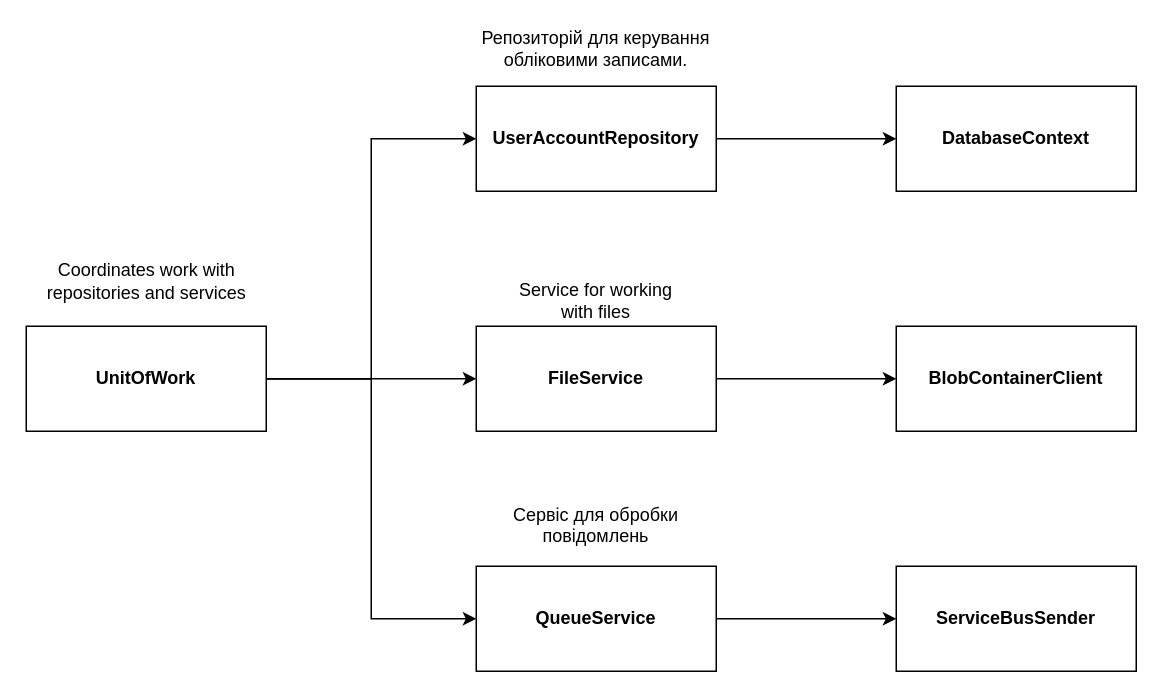
Onyshko/RegistrationApi keeps this draw.io diagram as page "UnitOfWork" (5 of 5) of Diagram.drawio. Above is the earlier version. Source tidied: cells renumbered, new cells numbered last; positions are measured from the earlier drawing's top-left corner, leaving out a move shared by most shapes. Both pictures are drawn from the tidied source at 150%, with x=0, y=0 at pixel (26, 26).
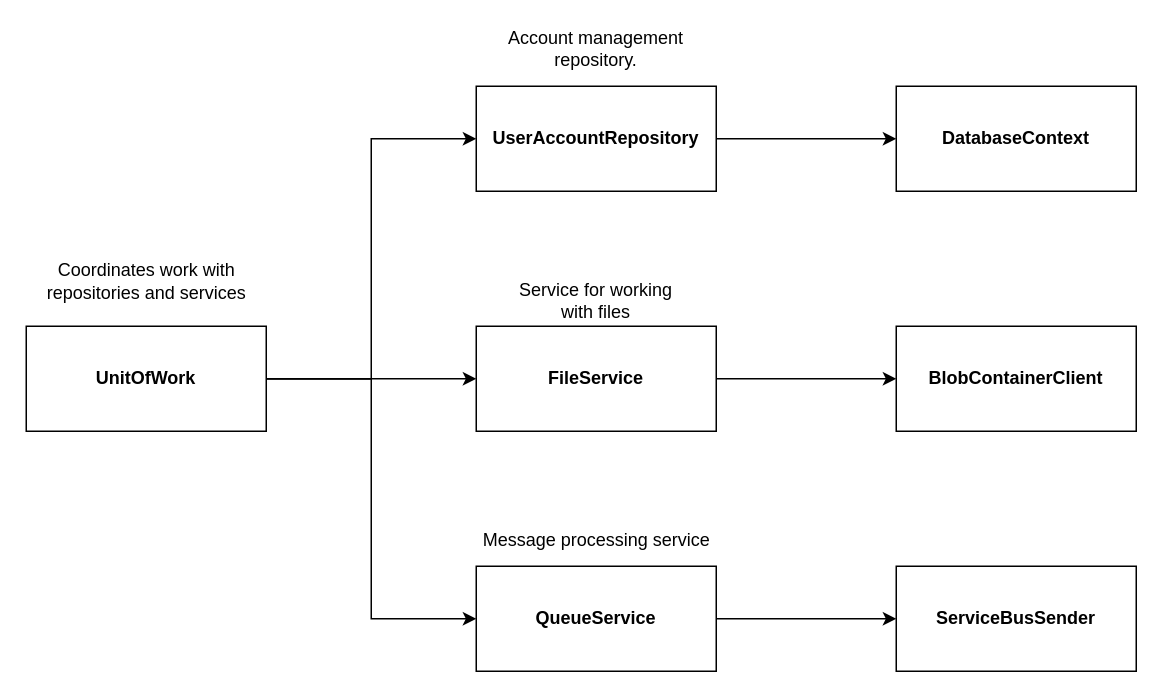
The same page after the edit.

Commit message:
Updated UnitOfWork diagram

Diff of the diagram source:
```diff
@@
 <mxGraphModel>
   <root>
     <mxCell id="0" />
     <mxCell id="1" parent="0" />
     <mxCell id="2" style="edgeStyle=orthogonalEdgeStyle;rounded=0;jettySize=auto;html=1;exitX=1;exitY=0.5;exitDx=0;exitDy=0;entryX=0;entryY=0.5;entryDx=0;entryDy=0;" parent="1" edge="1" source="5" target="7">
       <mxGeometry relative="1" as="geometry" />
     </mxCell>
     <mxCell id="3" style="edgeStyle=orthogonalEdgeStyle;rounded=0;jettySize=auto;html=1;exitX=1;exitY=0.5;exitDx=0;exitDy=0;" parent="1" edge="1" source="5" target="14">
       <mxGeometry relative="1" as="geometry" />
     </mxCell>
     <mxCell id="4" style="edgeStyle=orthogonalEdgeStyle;rounded=0;jettySize=auto;html=1;exitX=1;exitY=0.5;exitDx=0;exitDy=0;entryX=0;entryY=0.5;entryDx=0;entryDy=0;" parent="1" edge="1" source="5" target="10">
       <mxGeometry relative="1" as="geometry" />
     </mxCell>
     <mxCell id="5" value="&lt;b&gt;UnitOfWork&lt;/b&gt;" style="rounded=0;whiteSpace=wrap;html=1;" parent="1" vertex="1">
       <mxGeometry y="200" width="160" height="70" as="geometry" />
     </mxCell>
     <mxCell id="6" style="edgeStyle=orthogonalEdgeStyle;rounded=0;jettySize=auto;html=1;exitX=1;exitY=0.5;exitDx=0;exitDy=0;entryX=0;entryY=0.5;entryDx=0;entryDy=0;" parent="1" edge="1" source="7" target="12">
       <mxGeometry relative="1" as="geometry" />
     </mxCell>
     <mxCell id="7" value="&lt;b&gt;UserAccountRepository&lt;/b&gt;" style="rounded=0;whiteSpace=wrap;html=1;" parent="1" vertex="1">
       <mxGeometry x="300" y="40" width="160" height="70" as="geometry" />
     </mxCell>
     <mxCell id="8" value="&lt;b&gt;ServiceBusSender&lt;/b&gt;" style="rounded=0;whiteSpace=wrap;html=1;" parent="1" vertex="1">
       <mxGeometry x="580" y="360" width="160" height="70" as="geometry" />
     </mxCell>
     <mxCell id="9" style="edgeStyle=orthogonalEdgeStyle;rounded=0;jettySize=auto;html=1;exitX=1;exitY=0.5;exitDx=0;exitDy=0;entryX=0;entryY=0.5;entryDx=0;entryDy=0;" parent="1" edge="1" source="10" target="8">
       <mxGeometry relative="1" as="geometry" />
     </mxCell>
     <mxCell id="10" value="&lt;b&gt;QueueService&lt;/b&gt;" style="rounded=0;whiteSpace=wrap;html=1;" parent="1" vertex="1">
       <mxGeometry x="300" y="360" width="160" height="70" as="geometry" />
     </mxCell>
     <mxCell id="11" value="&lt;b&gt;BlobContainerClient&lt;/b&gt;" style="rounded=0;whiteSpace=wrap;html=1;" parent="1" vertex="1">
       <mxGeometry x="580" y="200" width="160" height="70" as="geometry" />
     </mxCell>
     <mxCell id="12" value="&lt;b&gt;DatabaseContext&lt;/b&gt;" style="rounded=0;whiteSpace=wrap;html=1;" parent="1" vertex="1">
       <mxGeometry x="580" y="40" width="160" height="70" as="geometry" />
     </mxCell>
     <mxCell id="13" style="edgeStyle=orthogonalEdgeStyle;rounded=0;jettySize=auto;html=1;exitX=1;exitY=0.5;exitDx=0;exitDy=0;entryX=0;entryY=0.5;entryDx=0;entryDy=0;" parent="1" edge="1" source="14" target="11">
       <mxGeometry relative="1" as="geometry" />
     </mxCell>
     <mxCell id="14" value="&lt;b&gt;FileService&lt;/b&gt;" style="rounded=0;whiteSpace=wrap;html=1;" parent="1" vertex="1">
       <mxGeometry x="300" y="200" width="160" height="70" as="geometry" />
     </mxCell>
     <mxCell id="15" value="Coordinates work with repositories and services" style="text;html=1;align=center;verticalAlign=middle;whiteSpace=wrap;rounded=0;" parent="1" vertex="1">
       <mxGeometry x="12.5" y="140" width="135" height="60" as="geometry" />
     </mxCell>
-    <mxCell id="16" value="Репозиторій для керування обліковими записами." style="text;html=1;align=center;verticalAlign=middle;whiteSpace=wrap;rounded=0;" parent="1" vertex="1">
+    <mxCell id="16" value="Account management repository." style="text;html=1;align=center;verticalAlign=middle;whiteSpace=wrap;rounded=0;" parent="1" vertex="1">
       <mxGeometry x="295" width="170" height="30" as="geometry" />
     </mxCell>
     <mxCell id="17" value="Service for working with files" style="text;html=1;align=center;verticalAlign=middle;whiteSpace=wrap;rounded=0;" parent="1" vertex="1">
       <mxGeometry x="325" y="170" width="110" height="25" as="geometry" />
     </mxCell>
-    <mxCell id="18" value="&#10;Сервіс для обробки повідомлень&#10;&#10;" style="text;html=1;align=center;verticalAlign=middle;whiteSpace=wrap;rounded=0;" parent="1" vertex="1">
-      <mxGeometry x="320" y="320" width="120" height="40" as="geometry" />
-    </mxCell>
+    <mxCell id="19" value="Message processing service" style="text;html=1;align=center;verticalAlign=middle;strokeColor=none;fillColor=none;" parent="1" vertex="1">
+      <mxGeometry x="295" y="328" width="170" height="30" as="geometry" />
+    </mxCell>
   </root>
 </mxGraphModel>
```
